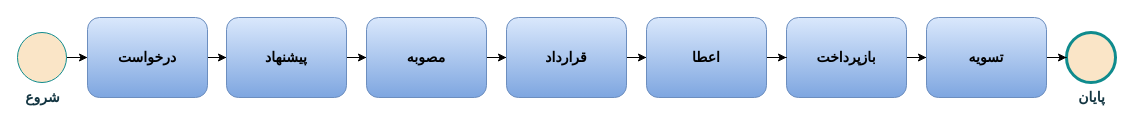
Before: page "فرآیند دریافت تسهیلات" (1 of 6) of param.drawio in saeidmaleki/Facility, a draw.io diagram. Source tidied: cells renumbered, new cells numbered last; positions are measured from the earlier drawing's top-left corner, leaving out a move shared by most shapes. Both pictures are drawn from the tidied source at 100%, with x=0, y=0 at pixel (17, 17).
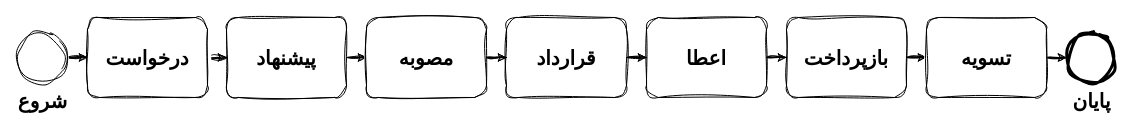
Above is the later version.

Diff of the diagram source:
```diff
@@
-    <mxCell id="2" style="edgeStyle=orthogonalEdgeStyle;rounded=0;jettySize=auto;html=1;entryX=0;entryY=0.5;entryDx=0;entryDy=0;" parent="1" edge="1" source="3" target="5">
+    <mxCell id="2" style="edgeStyle=orthogonalEdgeStyle;rounded=0;jettySize=auto;html=1;entryX=0;entryY=0.5;entryDx=0;entryDy=0;fontSize=20;sketch=1;curveFitting=1;jiggle=2;shadow=0;" parent="1" edge="1" source="3" target="5">
       <mxGeometry relative="1" as="geometry" />
     </mxCell>
-    <mxCell id="3" value="درخواست" style="shape=ext;rounded=1;html=1;whiteSpace=wrap;shadow=0;glass=0;labelBackgroundColor=none;fillColor=#dae8fc;strokeColor=#6c8ebf;fontStyle=1;fontSize=14;gradientColor=#7ea6e0;" parent="1" vertex="1">
+    <mxCell id="3" value="درخواست" style="shape=ext;rounded=1;html=1;whiteSpace=wrap;shadow=0;glass=0;labelBackgroundColor=none;fontStyle=1;fontSize=20;sketch=1;curveFitting=1;jiggle=2;" parent="1" vertex="1">
       <mxGeometry x="70" width="120" height="80" as="geometry" />
     </mxCell>
-    <mxCell id="4" style="edgeStyle=orthogonalEdgeStyle;rounded=0;jettySize=auto;html=1;entryX=0;entryY=0.5;entryDx=0;entryDy=0;" parent="1" edge="1" source="5" target="7">
+    <mxCell id="4" style="edgeStyle=orthogonalEdgeStyle;rounded=0;jettySize=auto;html=1;entryX=0;entryY=0.5;entryDx=0;entryDy=0;fontSize=20;sketch=1;curveFitting=1;jiggle=2;shadow=0;" parent="1" edge="1" source="5" target="7">
       <mxGeometry relative="1" as="geometry" />
     </mxCell>
-    <mxCell id="5" value="پیشنهاد" style="shape=ext;rounded=1;html=1;whiteSpace=wrap;labelBackgroundColor=none;fillColor=#dae8fc;strokeColor=#6c8ebf;fontStyle=1;fontSize=14;gradientColor=#7ea6e0;" parent="1" vertex="1">
+    <mxCell id="5" value="پیشنهاد" style="shape=ext;rounded=1;html=1;whiteSpace=wrap;labelBackgroundColor=none;fontStyle=1;fontSize=20;sketch=1;curveFitting=1;jiggle=2;shadow=0;" parent="1" vertex="1">
       <mxGeometry x="209" width="120" height="80" as="geometry" />
     </mxCell>
-    <mxCell id="6" style="edgeStyle=orthogonalEdgeStyle;rounded=0;jettySize=auto;html=1;entryX=0;entryY=0.5;entryDx=0;entryDy=0;" parent="1" edge="1" source="7" target="9">
+    <mxCell id="6" style="edgeStyle=orthogonalEdgeStyle;rounded=0;jettySize=auto;html=1;entryX=0;entryY=0.5;entryDx=0;entryDy=0;fontSize=20;sketch=1;curveFitting=1;jiggle=2;shadow=0;" parent="1" edge="1" source="7" target="9">
       <mxGeometry relative="1" as="geometry" />
     </mxCell>
-    <mxCell id="7" value="مصوبه" style="shape=ext;rounded=1;html=1;whiteSpace=wrap;labelBackgroundColor=none;fillColor=#dae8fc;strokeColor=#6c8ebf;fontStyle=1;fontSize=14;gradientColor=#7ea6e0;" parent="1" vertex="1">
+    <mxCell id="7" value="مصوبه" style="shape=ext;rounded=1;html=1;whiteSpace=wrap;labelBackgroundColor=none;fontStyle=1;fontSize=20;sketch=1;curveFitting=1;jiggle=2;shadow=0;" parent="1" vertex="1">
       <mxGeometry x="349" width="120" height="80" as="geometry" />
     </mxCell>
-    <mxCell id="8" style="edgeStyle=orthogonalEdgeStyle;rounded=0;jettySize=auto;html=1;entryX=0;entryY=0.5;entryDx=0;entryDy=0;" parent="1" edge="1" source="9" target="19">
+    <mxCell id="8" style="edgeStyle=orthogonalEdgeStyle;rounded=0;jettySize=auto;html=1;entryX=0;entryY=0.5;entryDx=0;entryDy=0;fontSize=20;sketch=1;curveFitting=1;jiggle=2;shadow=0;" parent="1" edge="1" source="9" target="19">
       <mxGeometry relative="1" as="geometry" />
     </mxCell>
-    <mxCell id="9" value="قرارداد" style="html=1;whiteSpace=wrap;rounded=1;labelBackgroundColor=none;fillColor=#dae8fc;strokeColor=#6c8ebf;fontStyle=1;fontSize=14;gradientColor=#7ea6e0;" parent="1" vertex="1">
+    <mxCell id="9" value="قرارداد" style="html=1;whiteSpace=wrap;rounded=1;labelBackgroundColor=none;fontStyle=1;fontSize=20;sketch=1;curveFitting=1;jiggle=2;shadow=0;" parent="1" vertex="1">
       <mxGeometry x="489" width="120" height="80" as="geometry" />
     </mxCell>
-    <mxCell id="10" style="edgeStyle=orthogonalEdgeStyle;rounded=0;jettySize=auto;html=1;entryX=0;entryY=0.5;entryDx=0;entryDy=0;" parent="1" edge="1" source="11" target="3">
+    <mxCell id="10" style="edgeStyle=orthogonalEdgeStyle;rounded=0;jettySize=auto;html=1;entryX=0;entryY=0.5;entryDx=0;entryDy=0;fontSize=20;sketch=1;curveFitting=1;jiggle=2;shadow=0;" parent="1" edge="1" source="11" target="3">
       <mxGeometry relative="1" as="geometry" />
     </mxCell>
-    <mxCell id="11" value="&lt;font style=&quot;font-size: 14px;&quot;&gt;&lt;b&gt;شروع&lt;/b&gt;&lt;/font&gt;" style="shape=mxgraph.bpmn.shape;html=1;verticalLabelPosition=bottom;labelBackgroundColor=none;verticalAlign=top;perimeter=ellipsePerimeter;outline=standard;symbol=general;fillColor=#FAE5C7;strokeColor=#0F8B8D;fontColor=#143642;" parent="1" vertex="1">
+    <mxCell id="11" value="&lt;font&gt;&lt;b&gt;شروع&lt;/b&gt;&lt;/font&gt;" style="shape=mxgraph.bpmn.shape;html=1;verticalLabelPosition=bottom;labelBackgroundColor=none;verticalAlign=top;perimeter=ellipsePerimeter;outline=standard;symbol=general;fontSize=20;sketch=1;curveFitting=1;jiggle=2;shadow=0;" parent="1" vertex="1">
       <mxGeometry y="15" width="49" height="50" as="geometry" />
     </mxCell>
-    <mxCell id="12" value="پایان" style="shape=mxgraph.bpmn.shape;html=1;verticalLabelPosition=bottom;labelBackgroundColor=none;verticalAlign=top;perimeter=ellipsePerimeter;outline=end;symbol=general;fillColor=#FAE5C7;strokeColor=#0F8B8D;fontColor=#143642;fontStyle=1;fontSize=14;" parent="1" vertex="1">
+    <mxCell id="12" value="پایان" style="shape=mxgraph.bpmn.shape;html=1;verticalLabelPosition=bottom;labelBackgroundColor=none;verticalAlign=top;perimeter=ellipsePerimeter;outline=end;symbol=general;fontStyle=1;fontSize=20;sketch=1;curveFitting=1;jiggle=2;shadow=0;" parent="1" vertex="1">
       <mxGeometry x="1049" y="15" width="49" height="50" as="geometry" />
     </mxCell>
-    <mxCell id="13" style="edgeStyle=orthogonalEdgeStyle;rounded=0;orthogonalLoop=1;jettySize=auto;html=1;entryX=0;entryY=0.5;entryDx=0;entryDy=0;" parent="1" edge="1">
+    <mxCell id="13" style="edgeStyle=orthogonalEdgeStyle;rounded=0;orthogonalLoop=1;jettySize=auto;html=1;entryX=0;entryY=0.5;entryDx=0;entryDy=0;fontSize=20;sketch=1;curveFitting=1;jiggle=2;shadow=0;" parent="1" edge="1">
       <mxGeometry relative="1" as="geometry">
         <mxPoint x="789" y="40.1" as="sourcePoint" />
         <mxPoint x="819" y="40" as="targetPoint" />
       </mxGeometry>
     </mxCell>
-    <mxCell id="14" style="edgeStyle=orthogonalEdgeStyle;rounded=0;jettySize=auto;html=1;entryX=0;entryY=0.5;entryDx=0;entryDy=0;" parent="1" edge="1" source="15" target="17">
+    <mxCell id="14" style="edgeStyle=orthogonalEdgeStyle;rounded=0;jettySize=auto;html=1;entryX=0;entryY=0.5;entryDx=0;entryDy=0;fontSize=20;sketch=1;curveFitting=1;jiggle=2;shadow=0;" parent="1" edge="1" source="15" target="17">
       <mxGeometry relative="1" as="geometry" />
     </mxCell>
-    <mxCell id="15" value="بازپرداخت" style="shape=ext;rounded=1;html=1;whiteSpace=wrap;labelBackgroundColor=none;fillColor=#dae8fc;strokeColor=#6c8ebf;fontStyle=1;fontSize=14;gradientColor=#7ea6e0;" parent="1" vertex="1">
+    <mxCell id="15" value="بازپرداخت" style="shape=ext;rounded=1;html=1;whiteSpace=wrap;labelBackgroundColor=none;fontStyle=1;fontSize=20;sketch=1;curveFitting=1;jiggle=2;shadow=0;" parent="1" vertex="1">
       <mxGeometry x="769" width="120" height="80" as="geometry" />
     </mxCell>
-    <mxCell id="16" style="edgeStyle=orthogonalEdgeStyle;rounded=0;jettySize=auto;html=1;" parent="1" edge="1" source="17" target="12">
+    <mxCell id="16" style="edgeStyle=orthogonalEdgeStyle;rounded=0;jettySize=auto;html=1;fontSize=20;sketch=1;curveFitting=1;jiggle=2;shadow=0;" parent="1" edge="1" source="17" target="12">
       <mxGeometry relative="1" as="geometry" />
     </mxCell>
-    <mxCell id="17" value="تسویه" style="shape=ext;rounded=1;html=1;whiteSpace=wrap;labelBackgroundColor=none;fillColor=#dae8fc;strokeColor=#6c8ebf;fontStyle=1;fontSize=14;gradientColor=#7ea6e0;" parent="1" vertex="1">
+    <mxCell id="17" value="تسویه" style="shape=ext;rounded=1;html=1;whiteSpace=wrap;labelBackgroundColor=none;fontStyle=1;fontSize=20;sketch=1;curveFitting=1;jiggle=2;shadow=0;" parent="1" vertex="1">
       <mxGeometry x="909" width="120" height="80" as="geometry" />
     </mxCell>
-    <mxCell id="18" style="edgeStyle=orthogonalEdgeStyle;rounded=0;jettySize=auto;html=1;entryX=0;entryY=0.5;entryDx=0;entryDy=0;" parent="1" edge="1" source="19" target="15">
+    <mxCell id="18" style="edgeStyle=orthogonalEdgeStyle;rounded=0;jettySize=auto;html=1;entryX=0;entryY=0.5;entryDx=0;entryDy=0;fontSize=20;sketch=1;curveFitting=1;jiggle=2;shadow=0;" parent="1" edge="1" source="19" target="15">
       <mxGeometry relative="1" as="geometry" />
     </mxCell>
-    <mxCell id="19" value="اعطا" style="html=1;whiteSpace=wrap;rounded=1;labelBackgroundColor=none;fillColor=#dae8fc;strokeColor=#6c8ebf;fontStyle=1;fontSize=14;gradientColor=#7ea6e0;" parent="1" vertex="1">
+    <mxCell id="19" value="اعطا" style="html=1;whiteSpace=wrap;rounded=1;labelBackgroundColor=none;fontStyle=1;fontSize=20;sketch=1;curveFitting=1;jiggle=2;shadow=0;" parent="1" vertex="1">
       <mxGeometry x="629" width="120" height="80" as="geometry" />
     </mxCell>
```
